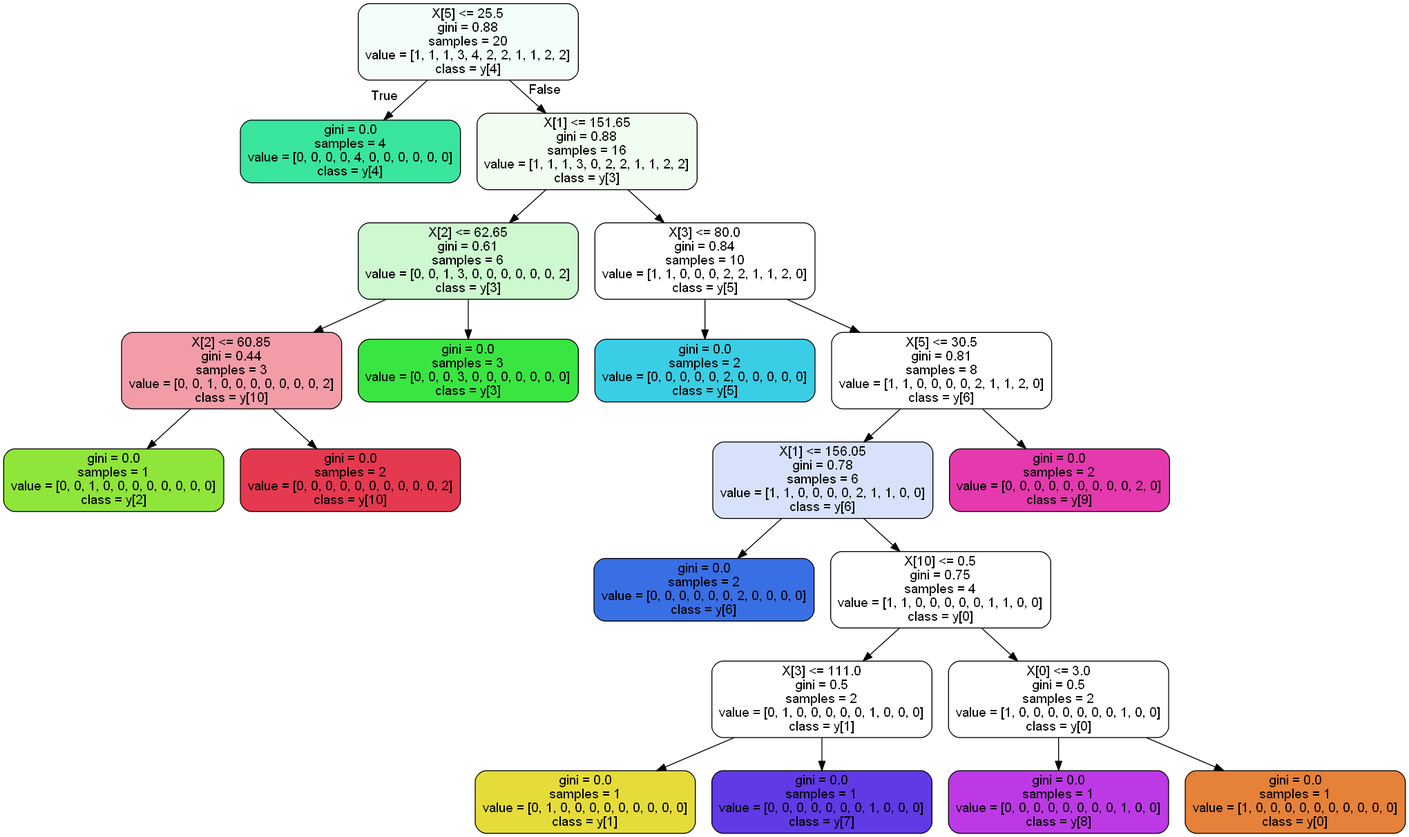
This is treecity.png from AndreaDagg/DecisIonCAr, a Graphviz export, as it was before one commit. Its source is kept beside it as treecity.dot. Its diagram source:
```dot
digraph Tree {
node [shape=box, style="filled, rounded", color="black", fontname=helvetica] ;
edge [fontname=helvetica] ;
0 [label="X[5] <= 25.5\ngini = 0.88\nsamples = 20\nvalue = [1, 1, 1, 3, 4, 2, 2, 1, 1, 2, 2]\nclass = y[4]", fillcolor="#f3fdf9"] ;
1 [label="gini = 0.0\nsamples = 4\nvalue = [0, 0, 0, 0, 4, 0, 0, 0, 0, 0, 0]\nclass = y[4]", fillcolor="#39e59d"] ;
0 -> 1 [labeldistance=2.5, labelangle=45, headlabel="True"] ;
2 [label="X[1] <= 151.65\ngini = 0.88\nsamples = 16\nvalue = [1, 1, 1, 3, 0, 2, 2, 1, 1, 2, 2]\nclass = y[3]", fillcolor="#f1fdf1"] ;
0 -> 2 [labeldistance=2.5, labelangle=-45, headlabel="False"] ;
3 [label="X[2] <= 62.65\ngini = 0.61\nsamples = 6\nvalue = [0, 0, 1, 3, 0, 0, 0, 0, 0, 0, 2]\nclass = y[3]", fillcolor="#cef8d0"] ;
2 -> 3 ;
4 [label="X[2] <= 60.85\ngini = 0.44\nsamples = 3\nvalue = [0, 0, 1, 0, 0, 0, 0, 0, 0, 0, 2]\nclass = y[10]", fillcolor="#f29ca8"] ;
3 -> 4 ;
5 [label="gini = 0.0\nsamples = 1\nvalue = [0, 0, 1, 0, 0, 0, 0, 0, 0, 0, 0]\nclass = y[2]", fillcolor="#8fe539"] ;
4 -> 5 ;
6 [label="gini = 0.0\nsamples = 2\nvalue = [0, 0, 0, 0, 0, 0, 0, 0, 0, 0, 2]\nclass = y[10]", fillcolor="#e53950"] ;
4 -> 6 ;
7 [label="gini = 0.0\nsamples = 3\nvalue = [0, 0, 0, 3, 0, 0, 0, 0, 0, 0, 0]\nclass = y[3]", fillcolor="#39e541"] ;
3 -> 7 ;
8 [label="X[3] <= 80.0\ngini = 0.84\nsamples = 10\nvalue = [1, 1, 0, 0, 0, 2, 2, 1, 1, 2, 0]\nclass = y[5]", fillcolor="#ffffff"] ;
2 -> 8 ;
9 [label="gini = 0.0\nsamples = 2\nvalue = [0, 0, 0, 0, 0, 2, 0, 0, 0, 0, 0]\nclass = y[5]", fillcolor="#39cee5"] ;
8 -> 9 ;
10 [label="X[5] <= 30.5\ngini = 0.81\nsamples = 8\nvalue = [1, 1, 0, 0, 0, 0, 2, 1, 1, 2, 0]\nclass = y[6]", fillcolor="#ffffff"] ;
8 -> 10 ;
11 [label="X[1] <= 156.05\ngini = 0.78\nsamples = 6\nvalue = [1, 1, 0, 0, 0, 0, 2, 1, 1, 0, 0]\nclass = y[6]", fillcolor="#d7e2fa"] ;
10 -> 11 ;
12 [label="gini = 0.0\nsamples = 2\nvalue = [0, 0, 0, 0, 0, 0, 2, 0, 0, 0, 0]\nclass = y[6]", fillcolor="#396fe5"] ;
11 -> 12 ;
13 [label="X[10] <= 0.5\ngini = 0.75\nsamples = 4\nvalue = [1, 1, 0, 0, 0, 0, 0, 1, 1, 0, 0]\nclass = y[0]", fillcolor="#ffffff"] ;
11 -> 13 ;
14 [label="X[3] <= 111.0\ngini = 0.5\nsamples = 2\nvalue = [0, 1, 0, 0, 0, 0, 0, 1, 0, 0, 0]\nclass = y[1]", fillcolor="#ffffff"] ;
13 -> 14 ;
15 [label="gini = 0.0\nsamples = 1\nvalue = [0, 1, 0, 0, 0, 0, 0, 0, 0, 0, 0]\nclass = y[1]", fillcolor="#e5dc39"] ;
14 -> 15 ;
16 [label="gini = 0.0\nsamples = 1\nvalue = [0, 0, 0, 0, 0, 0, 0, 1, 0, 0, 0]\nclass = y[7]", fillcolor="#6139e5"] ;
14 -> 16 ;
17 [label="X[0] <= 3.0\ngini = 0.5\nsamples = 2\nvalue = [1, 0, 0, 0, 0, 0, 0, 0, 1, 0, 0]\nclass = y[0]", fillcolor="#ffffff"] ;
13 -> 17 ;
18 [label="gini = 0.0\nsamples = 1\nvalue = [0, 0, 0, 0, 0, 0, 0, 0, 1, 0, 0]\nclass = y[8]", fillcolor="#bd39e5"] ;
17 -> 18 ;
19 [label="gini = 0.0\nsamples = 1\nvalue = [1, 0, 0, 0, 0, 0, 0, 0, 0, 0, 0]\nclass = y[0]", fillcolor="#e58139"] ;
17 -> 19 ;
20 [label="gini = 0.0\nsamples = 2\nvalue = [0, 0, 0, 0, 0, 0, 0, 0, 0, 2, 0]\nclass = y[9]", fillcolor="#e539ae"] ;
10 -> 20 ;
}
```
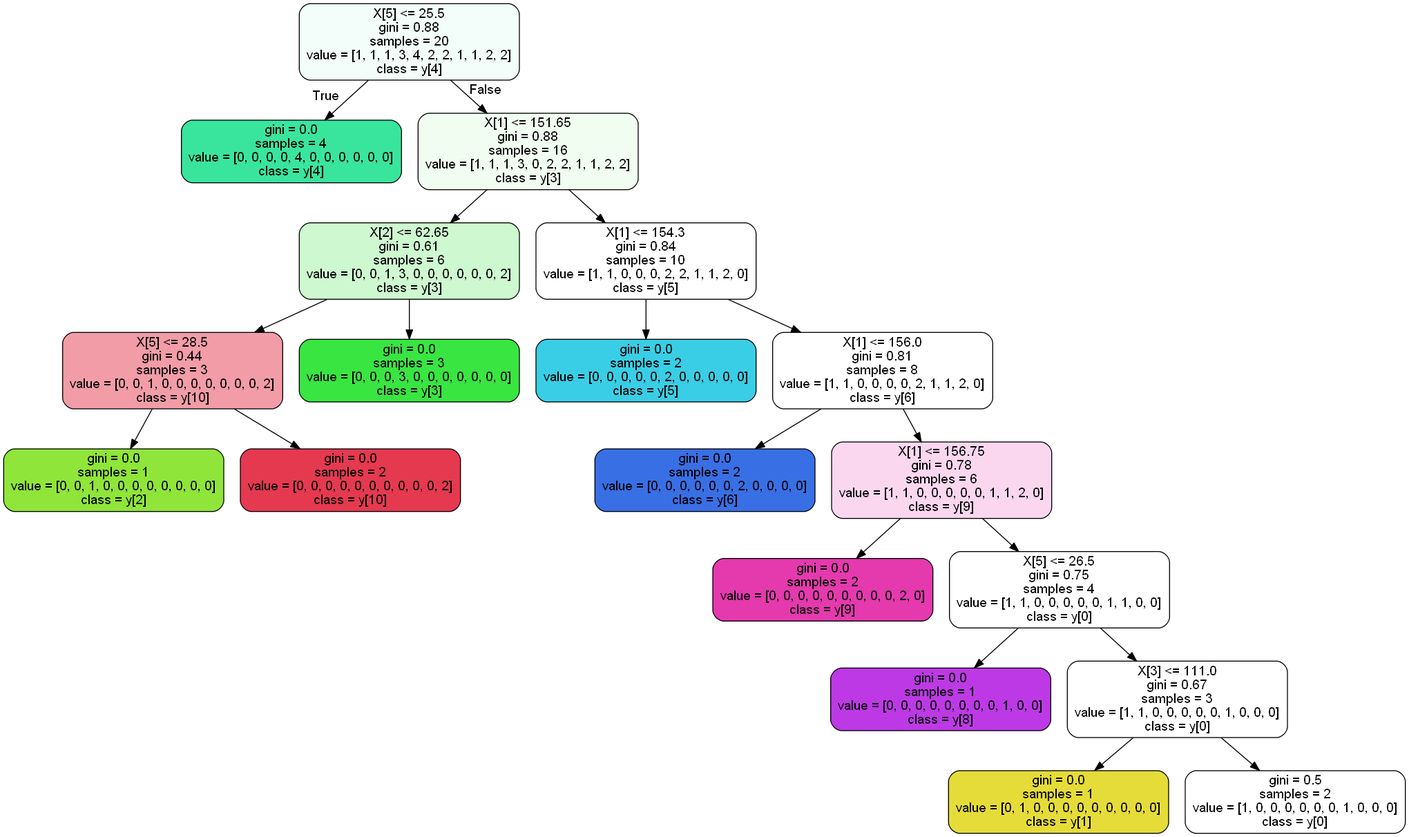
Above is the later version.

Diff of the diagram source:
```diff
@@ -8,7 +8,7 @@
 0 -> 2 [labeldistance=2.5, labelangle=-45, headlabel="False"] ;
 3 [label="X[2] <= 62.65\ngini = 0.61\nsamples = 6\nvalue = [0, 0, 1, 3, 0, 0, 0, 0, 0, 0, 2]\nclass = y[3]", fillcolor="#cef8d0"] ;
 2 -> 3 ;
-4 [label="X[2] <= 60.85\ngini = 0.44\nsamples = 3\nvalue = [0, 0, 1, 0, 0, 0, 0, 0, 0, 0, 2]\nclass = y[10]", fillcolor="#f29ca8"] ;
+4 [label="X[5] <= 28.5\ngini = 0.44\nsamples = 3\nvalue = [0, 0, 1, 0, 0, 0, 0, 0, 0, 0, 2]\nclass = y[10]", fillcolor="#f29ca8"] ;
 3 -> 4 ;
 5 [label="gini = 0.0\nsamples = 1\nvalue = [0, 0, 1, 0, 0, 0, 0, 0, 0, 0, 0]\nclass = y[2]", fillcolor="#8fe539"] ;
 4 -> 5 ;
@@ -16,30 +16,26 @@
 4 -> 6 ;
 7 [label="gini = 0.0\nsamples = 3\nvalue = [0, 0, 0, 3, 0, 0, 0, 0, 0, 0, 0]\nclass = y[3]", fillcolor="#39e541"] ;
 3 -> 7 ;
-8 [label="X[3] <= 80.0\ngini = 0.84\nsamples = 10\nvalue = [1, 1, 0, 0, 0, 2, 2, 1, 1, 2, 0]\nclass = y[5]", fillcolor="#ffffff"] ;
+8 [label="X[1] <= 154.3\ngini = 0.84\nsamples = 10\nvalue = [1, 1, 0, 0, 0, 2, 2, 1, 1, 2, 0]\nclass = y[5]", fillcolor="#ffffff"] ;
 2 -> 8 ;
 9 [label="gini = 0.0\nsamples = 2\nvalue = [0, 0, 0, 0, 0, 2, 0, 0, 0, 0, 0]\nclass = y[5]", fillcolor="#39cee5"] ;
 8 -> 9 ;
-10 [label="X[5] <= 30.5\ngini = 0.81\nsamples = 8\nvalue = [1, 1, 0, 0, 0, 0, 2, 1, 1, 2, 0]\nclass = y[6]", fillcolor="#ffffff"] ;
+10 [label="X[1] <= 156.0\ngini = 0.81\nsamples = 8\nvalue = [1, 1, 0, 0, 0, 0, 2, 1, 1, 2, 0]\nclass = y[6]", fillcolor="#ffffff"] ;
 8 -> 10 ;
-11 [label="X[1] <= 156.05\ngini = 0.78\nsamples = 6\nvalue = [1, 1, 0, 0, 0, 0, 2, 1, 1, 0, 0]\nclass = y[6]", fillcolor="#d7e2fa"] ;
+11 [label="gini = 0.0\nsamples = 2\nvalue = [0, 0, 0, 0, 0, 0, 2, 0, 0, 0, 0]\nclass = y[6]", fillcolor="#396fe5"] ;
 10 -> 11 ;
-12 [label="gini = 0.0\nsamples = 2\nvalue = [0, 0, 0, 0, 0, 0, 2, 0, 0, 0, 0]\nclass = y[6]", fillcolor="#396fe5"] ;
-11 -> 12 ;
-13 [label="X[10] <= 0.5\ngini = 0.75\nsamples = 4\nvalue = [1, 1, 0, 0, 0, 0, 0, 1, 1, 0, 0]\nclass = y[0]", fillcolor="#ffffff"] ;
-11 -> 13 ;
-14 [label="X[3] <= 111.0\ngini = 0.5\nsamples = 2\nvalue = [0, 1, 0, 0, 0, 0, 0, 1, 0, 0, 0]\nclass = y[1]", fillcolor="#ffffff"] ;
-13 -> 14 ;
-15 [label="gini = 0.0\nsamples = 1\nvalue = [0, 1, 0, 0, 0, 0, 0, 0, 0, 0, 0]\nclass = y[1]", fillcolor="#e5dc39"] ;
+12 [label="X[1] <= 156.75\ngini = 0.78\nsamples = 6\nvalue = [1, 1, 0, 0, 0, 0, 0, 1, 1, 2, 0]\nclass = y[9]", fillcolor="#fad7ef"] ;
+10 -> 12 ;
+13 [label="gini = 0.0\nsamples = 2\nvalue = [0, 0, 0, 0, 0, 0, 0, 0, 0, 2, 0]\nclass = y[9]", fillcolor="#e539ae"] ;
+12 -> 13 ;
+14 [label="X[5] <= 26.5\ngini = 0.75\nsamples = 4\nvalue = [1, 1, 0, 0, 0, 0, 0, 1, 1, 0, 0]\nclass = y[0]", fillcolor="#ffffff"] ;
+12 -> 14 ;
+15 [label="gini = 0.0\nsamples = 1\nvalue = [0, 0, 0, 0, 0, 0, 0, 0, 1, 0, 0]\nclass = y[8]", fillcolor="#bd39e5"] ;
 14 -> 15 ;
-16 [label="gini = 0.0\nsamples = 1\nvalue = [0, 0, 0, 0, 0, 0, 0, 1, 0, 0, 0]\nclass = y[7]", fillcolor="#6139e5"] ;
+16 [label="X[3] <= 111.0\ngini = 0.67\nsamples = 3\nvalue = [1, 1, 0, 0, 0, 0, 0, 1, 0, 0, 0]\nclass = y[0]", fillcolor="#ffffff"] ;
 14 -> 16 ;
-17 [label="X[0] <= 3.0\ngini = 0.5\nsamples = 2\nvalue = [1, 0, 0, 0, 0, 0, 0, 0, 1, 0, 0]\nclass = y[0]", fillcolor="#ffffff"] ;
-13 -> 17 ;
-18 [label="gini = 0.0\nsamples = 1\nvalue = [0, 0, 0, 0, 0, 0, 0, 0, 1, 0, 0]\nclass = y[8]", fillcolor="#bd39e5"] ;
-17 -> 18 ;
-19 [label="gini = 0.0\nsamples = 1\nvalue = [1, 0, 0, 0, 0, 0, 0, 0, 0, 0, 0]\nclass = y[0]", fillcolor="#e58139"] ;
-17 -> 19 ;
-20 [label="gini = 0.0\nsamples = 2\nvalue = [0, 0, 0, 0, 0, 0, 0, 0, 0, 2, 0]\nclass = y[9]", fillcolor="#e539ae"] ;
-10 -> 20 ;
+17 [label="gini = 0.0\nsamples = 1\nvalue = [0, 1, 0, 0, 0, 0, 0, 0, 0, 0, 0]\nclass = y[1]", fillcolor="#e5dc39"] ;
+16 -> 17 ;
+18 [label="gini = 0.5\nsamples = 2\nvalue = [1, 0, 0, 0, 0, 0, 0, 1, 0, 0, 0]\nclass = y[0]", fillcolor="#ffffff"] ;
+16 -> 18 ;
 }
```
